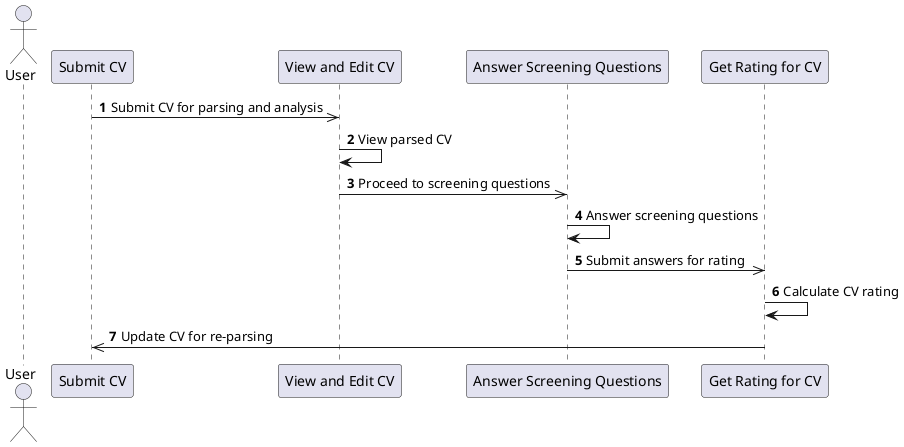
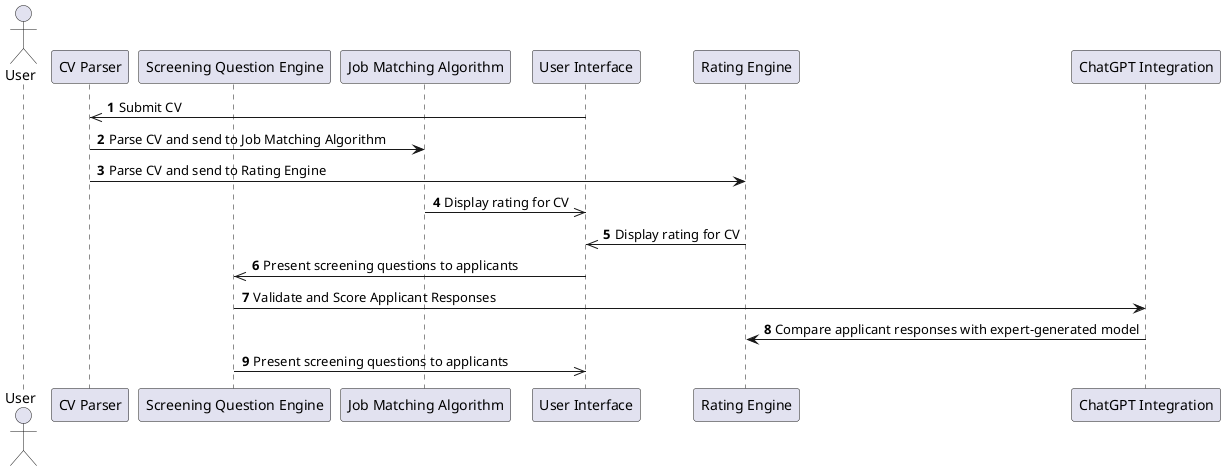
@startuml
autonumber
actor User
- participant "Submit CV" as SubmitCV
- participant "View and Edit CV" as ViewandEditCV
- participant "Answer Screening Questions" as AnswerScreeningQuestions
- participant "Get Rating for CV" as GetRatingforCV
- SubmitCV ->> ViewandEditCV : Submit CV for parsing and analysis
- ViewandEditCV -> ViewandEditCV : View parsed CV
- ViewandEditCV ->> AnswerScreeningQuestions : Proceed to screening questions
- AnswerScreeningQuestions -> AnswerScreeningQuestions : Answer screening questions
- AnswerScreeningQuestions ->> GetRatingforCV : Submit answers for rating
- GetRatingforCV -> GetRatingforCV : Calculate CV rating
- GetRatingforCV ->> SubmitCV : Update CV for re-parsing
+ participant "CV Parser" as CVParser
+ participant "Screening Question Engine" as ScreeningQuestionEngine
+ participant "Job Matching Algorithm" as JobMatchingAlgorithm
+ participant "User Interface" as UserInterface
+ participant "Rating Engine" as RatingEngine
+ participant "ChatGPT Integration" as ChatGPTIntegration
+ UserInterface ->> CVParser : Submit CV
+ CVParser -> JobMatchingAlgorithm : Parse CV and send to Job Matching Algorithm
+ CVParser -> RatingEngine : Parse CV and send to Rating Engine
+ JobMatchingAlgorithm ->> UserInterface : Display rating for CV
+ RatingEngine ->> UserInterface : Display rating for CV
+ UserInterface ->> ScreeningQuestionEngine : Present screening questions to applicants
+ ScreeningQuestionEngine -> ChatGPTIntegration : Validate and Score Applicant Responses
+ ChatGPTIntegration -> RatingEngine : Compare applicant responses with expert-generated model
+ ScreeningQuestionEngine ->> UserInterface : Present screening questions to applicants
@enduml